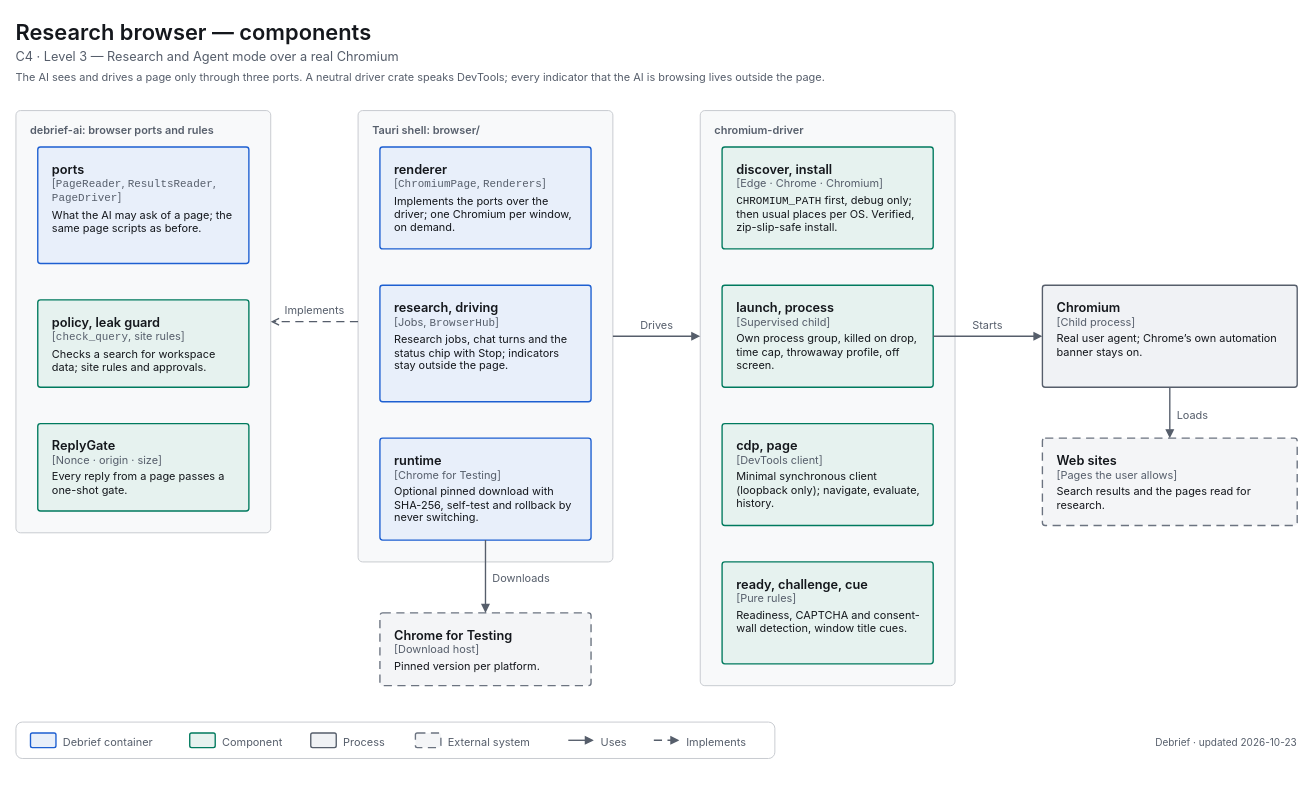
Above: apps/debrief/docs/diagrams/c4-3-research-browser.drawio in decryp7/paddock (draw.io), before the change. Source tidied: cells renumbered, new cells numbered last; positions are measured from the earlier drawing's top-left corner, leaving out a move shared by most shapes. Both pictures are drawn from the tidied source at 91%, with x=0, y=0 at pixel (15, 15).
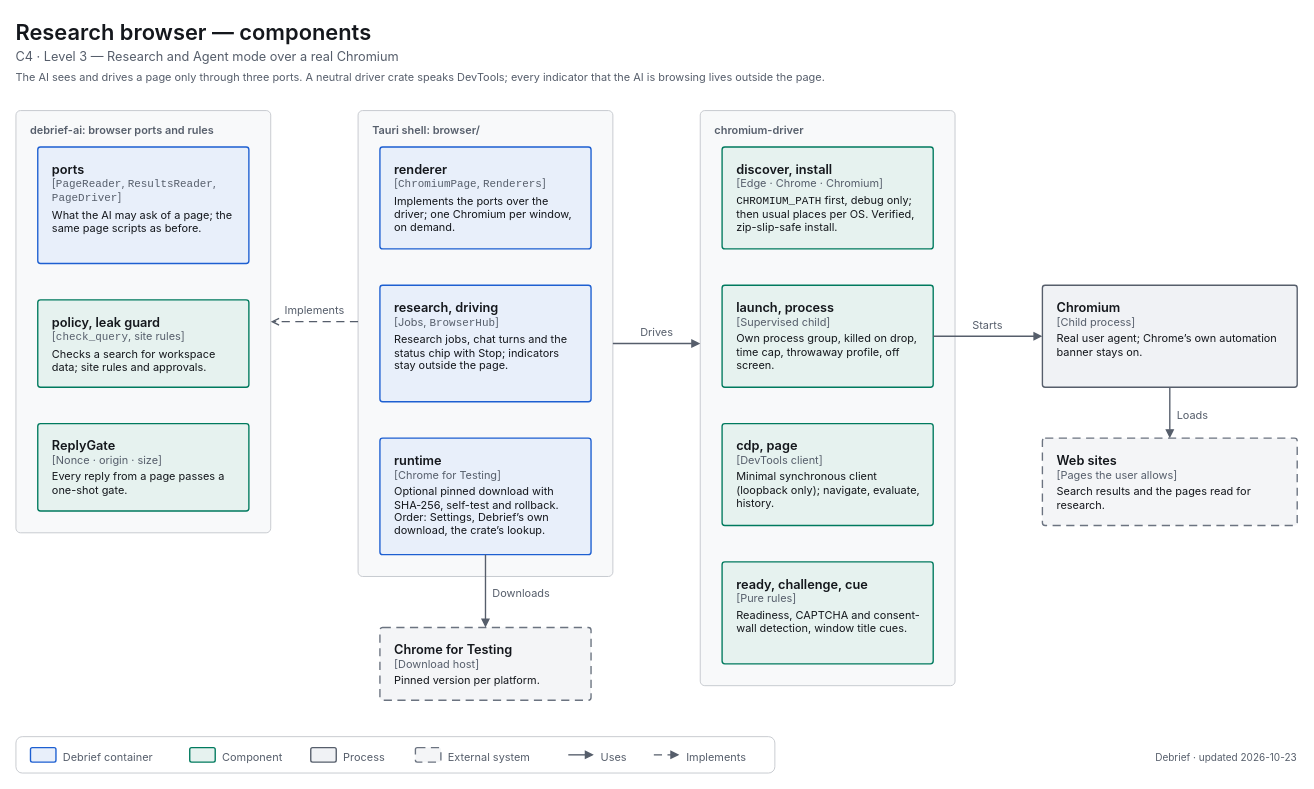
The same diagram, later.

Commit message (it also covers changes not shown here):
docs(debrief): the research browser runtime box names the app's browser order

Settings, then Debrief's own download, then chromium-driver's lookup
(browser/runtime.rs status). The box grows one line; the generator moves
the Tauri shell group, Chrome for Testing, the legend and the footer down
16 px. SHA-256 uses a non-breaking hyphen so draw.io does not split it.

Unchanged cells that the change refers to:
```xml
<mxCell id="5" value="&lt;span style=&quot;font-size:12px;font-weight:600&quot;&gt;debrief-ai: browser ports and rules&lt;/span&gt;" style="html=1;whiteSpace=wrap;fontFamily=-apple-system,BlinkMacSystemFont,Segoe UI,system-ui,sans-serif;fontSize=12;fontColor=light-dark(#14171C,#ECEEF1);rounded=1;absoluteArcSize=1;arcSize=10;strokeWidth=1;strokeColor=light-dark(#C4C7CD,#353A42);fillColor=light-dark(#F8F9FA,#121418);align=left;verticalAlign=top;spacingLeft=14;spacingTop=8;fontColor=light-dark(#565E6B,#A0A7B2);" parent="1" vertex="1">
  <mxGeometry y="104" width="280" height="464" as="geometry" />
</mxCell>
<mxCell id="13" value="&lt;span style=&quot;font-size:12px;font-weight:600&quot;&gt;chromium-driver&lt;/span&gt;" style="html=1;whiteSpace=wrap;fontFamily=-apple-system,BlinkMacSystemFont,Segoe UI,system-ui,sans-serif;fontSize=12;fontColor=light-dark(#14171C,#ECEEF1);rounded=1;absoluteArcSize=1;arcSize=10;strokeWidth=1;strokeColor=light-dark(#C4C7CD,#353A42);fillColor=light-dark(#F8F9FA,#121418);align=left;verticalAlign=top;spacingLeft=14;spacingTop=8;fontColor=light-dark(#565E6B,#A0A7B2);" parent="1" vertex="1">
  <mxGeometry x="752" y="104" width="280" height="632" as="geometry" />
</mxCell>
```

Diff of the diagram source:
```diff
@@
     <mxCell id="9" value="&lt;span style=&quot;font-size:12px;font-weight:600&quot;&gt;Tauri shell: browser/&lt;/span&gt;" style="html=1;whiteSpace=wrap;fontFamily=-apple-system,BlinkMacSystemFont,Segoe UI,system-ui,sans-serif;fontSize=12;fontColor=light-dark(#14171C,#ECEEF1);rounded=1;absoluteArcSize=1;arcSize=10;strokeWidth=1;strokeColor=light-dark(#C4C7CD,#353A42);fillColor=light-dark(#F8F9FA,#121418);align=left;verticalAlign=top;spacingLeft=14;spacingTop=8;fontColor=light-dark(#565E6B,#A0A7B2);" parent="1" vertex="1">
-      <mxGeometry x="376" y="104" width="280" height="496" as="geometry" />
+      <mxGeometry x="376" y="104" width="280" height="512" as="geometry" />
     </mxCell>
@@
-    <mxCell id="12" value="&lt;span style=&quot;font-size:14px;font-weight:600&quot;&gt;runtime&lt;/span&gt;&lt;br&gt;&lt;span style=&quot;font-size:12px;color:light-dark(#565E6B,#A0A7B2)&quot;&gt;[Chrome for Testing]&lt;/span&gt;&lt;br&gt;&lt;div style=&quot;margin-top:4px;font-size:12px&quot;&gt;Optional pinned download with SHA-256, self-test and rollback by never switching.&lt;/div&gt;" style="html=1;whiteSpace=wrap;fontFamily=-apple-system,BlinkMacSystemFont,Segoe UI,system-ui,sans-serif;fontSize=12;fontColor=light-dark(#14171C,#ECEEF1);rounded=1;absoluteArcSize=1;arcSize=6;strokeWidth=1.5;strokeColor=light-dark(#1D5FD1,#5B9BFF);fillColor=light-dark(#E8EFFA,#202C3F);align=left;verticalAlign=top;spacingLeft=14;spacingRight=14;spacingTop=10;spacingBottom=8;" parent="1" vertex="1">
-      <mxGeometry x="400" y="464" width="232" height="112" as="geometry" />
+    <mxCell id="12" value="&lt;span style=&quot;font-size:14px;font-weight:600&quot;&gt;runtime&lt;/span&gt;&lt;br&gt;&lt;span style=&quot;font-size:12px;color:light-dark(#565E6B,#A0A7B2)&quot;&gt;[Chrome for Testing]&lt;/span&gt;&lt;br&gt;&lt;div style=&quot;margin-top:4px;font-size:12px&quot;&gt;Optional pinned download with SHA‑256, self-test and rollback. Order: Settings, Debrief’s own download, the crate’s lookup.&lt;/div&gt;" style="html=1;whiteSpace=wrap;fontFamily=-apple-system,BlinkMacSystemFont,Segoe UI,system-ui,sans-serif;fontSize=12;fontColor=light-dark(#14171C,#ECEEF1);rounded=1;absoluteArcSize=1;arcSize=6;strokeWidth=1.5;strokeColor=light-dark(#1D5FD1,#5B9BFF);fillColor=light-dark(#E8EFFA,#202C3F);align=left;verticalAlign=top;spacingLeft=14;spacingRight=14;spacingTop=10;spacingBottom=8;" parent="1" vertex="1">
+      <mxGeometry x="400" y="464" width="232" height="128" as="geometry" />
     </mxCell>
@@
     <mxCell id="20" value="&lt;span style=&quot;font-size:14px;font-weight:600&quot;&gt;Chrome for Testing&lt;/span&gt;&lt;br&gt;&lt;span style=&quot;font-size:12px;color:light-dark(#565E6B,#A0A7B2)&quot;&gt;[Download host]&lt;/span&gt;&lt;br&gt;&lt;div style=&quot;margin-top:4px;font-size:12px&quot;&gt;Pinned version per platform.&lt;/div&gt;" style="html=1;whiteSpace=wrap;fontFamily=-apple-system,BlinkMacSystemFont,Segoe UI,system-ui,sans-serif;fontSize=12;fontColor=light-dark(#14171C,#ECEEF1);rounded=1;absoluteArcSize=1;arcSize=6;strokeWidth=1.5;strokeColor=light-dark(#6B7380,#7F8794);fillColor=light-dark(#F4F5F7,#17191E);dashed=1;dashPattern=6 4;align=left;verticalAlign=top;spacingLeft=14;spacingRight=14;spacingTop=10;spacingBottom=8;" parent="1" vertex="1">
-      <mxGeometry x="400" y="656" width="232" height="80" as="geometry" />
+      <mxGeometry x="400" y="672" width="232" height="80" as="geometry" />
     </mxCell>
-    <mxCell id="21" style="edgeStyle=orthogonalEdgeStyle;rounded=1;arcSize=8;jettySize=auto;html=1;strokeWidth=1.5;strokeColor=light-dark(#565E6B,#A0A7B2);endArrow=open;endFill=0;endSize=6;startArrow=none;startFill=0;startSize=8;dashed=1;dashPattern=6 4;exitX=0.0000;exitY=0.4677;exitDx=0;exitDy=0;exitPerimeter=0;entryX=1.0000;entryY=0.5000;entryDx=0;entryDy=0;entryPerimeter=0;" parent="1" edge="1" source="9" target="5">
+    <mxCell id="21" style="edgeStyle=orthogonalEdgeStyle;rounded=1;arcSize=8;jettySize=auto;html=1;strokeWidth=1.5;strokeColor=light-dark(#565E6B,#A0A7B2);endArrow=open;endFill=0;endSize=6;startArrow=none;startFill=0;startSize=8;dashed=1;dashPattern=6 4;exitX=0.0000;exitY=0.4531;exitDx=0;exitDy=0;exitPerimeter=0;entryX=1.0000;entryY=0.5000;entryDx=0;entryDy=0;entryPerimeter=0;" parent="1" edge="1" source="9" target="5">
       <mxGeometry relative="1" as="geometry" />
     </mxCell>
@@
-    <mxCell id="23" style="edgeStyle=orthogonalEdgeStyle;rounded=1;arcSize=8;jettySize=auto;html=1;strokeWidth=1.5;strokeColor=light-dark(#565E6B,#A0A7B2);endArrow=block;endFill=1;endSize=6;startArrow=none;startFill=0;startSize=8;exitX=1.0000;exitY=0.5000;exitDx=0;exitDy=0;exitPerimeter=0;entryX=0.0000;entryY=0.3924;entryDx=0;entryDy=0;entryPerimeter=0;" parent="1" edge="1" source="9" target="13">
+    <mxCell id="23" style="edgeStyle=orthogonalEdgeStyle;rounded=1;arcSize=8;jettySize=auto;html=1;strokeWidth=1.5;strokeColor=light-dark(#565E6B,#A0A7B2);endArrow=block;endFill=1;endSize=6;startArrow=none;startFill=0;startSize=8;exitX=1.0000;exitY=0.5000;exitDx=0;exitDy=0;exitPerimeter=0;entryX=0.0000;entryY=0.4051;entryDx=0;entryDy=0;entryPerimeter=0;" parent="1" edge="1" source="9" target="13">
       <mxGeometry relative="1" as="geometry" />
     </mxCell>
     <mxCell id="24" value="&lt;span style=&quot;font-size:12px;font-weight:400&quot;&gt;Drives&lt;/span&gt;" style="html=1;whiteSpace=wrap;fontFamily=-apple-system,BlinkMacSystemFont,Segoe UI,system-ui,sans-serif;fontSize=12;fontColor=light-dark(#14171C,#ECEEF1);text;strokeColor=none;fillColor=none;align=center;verticalAlign=top;spacing=0;fontColor=light-dark(#565E6B,#A0A7B2);" parent="1" vertex="1">
-      <mxGeometry x="680" y="328" width="49" height="18" as="geometry" />
+      <mxGeometry x="680" y="336" width="49" height="18" as="geometry" />
     </mxCell>
@@
     <mxCell id="30" value="&lt;span style=&quot;font-size:12px;font-weight:400&quot;&gt;Downloads&lt;/span&gt;" style="html=1;whiteSpace=wrap;fontFamily=-apple-system,BlinkMacSystemFont,Segoe UI,system-ui,sans-serif;fontSize=12;fontColor=light-dark(#14171C,#ECEEF1);text;strokeColor=none;fillColor=none;align=left;verticalAlign=top;spacing=0;fontColor=light-dark(#565E6B,#A0A7B2);" parent="1" vertex="1">
-      <mxGeometry x="524" y="607" width="74" height="18" as="geometry" />
+      <mxGeometry x="524" y="623" width="74" height="18" as="geometry" />
     </mxCell>
     <mxCell id="31" style="rounded=1;absoluteArcSize=1;arcSize=14;strokeWidth=1;strokeColor=light-dark(#C4C7CD,#353A42);fillColor=none;" parent="1" vertex="1">
-      <mxGeometry y="776" width="834" height="40" as="geometry" />
+      <mxGeometry y="792" width="834" height="40" as="geometry" />
     </mxCell>
     <mxCell id="32" style="rounded=1;absoluteArcSize=1;arcSize=4;strokeWidth=1.5;strokeColor=light-dark(#1D5FD1,#5B9BFF);fillColor=light-dark(#E8EFFA,#202C3F);" parent="1" vertex="1">
-      <mxGeometry x="16" y="788" width="28" height="16" as="geometry" />
+      <mxGeometry x="16" y="804" width="28" height="16" as="geometry" />
     </mxCell>
     <mxCell id="33" value="&lt;span style=&quot;font-size:12px;font-weight:400&quot;&gt;Debrief container&lt;/span&gt;" style="html=1;whiteSpace=wrap;fontFamily=-apple-system,BlinkMacSystemFont,Segoe UI,system-ui,sans-serif;fontSize=12;fontColor=light-dark(#14171C,#ECEEF1);text;strokeColor=none;fillColor=none;align=left;verticalAlign=top;spacing=0;fontColor=light-dark(#565E6B,#A0A7B2);" parent="1" vertex="1">
-      <mxGeometry x="52" y="787" width="115" height="18" as="geometry" />
+      <mxGeometry x="52" y="803" width="115" height="18" as="geometry" />
     </mxCell>
     <mxCell id="34" style="rounded=1;absoluteArcSize=1;arcSize=4;strokeWidth=1.5;strokeColor=light-dark(#007A5E,#2EC4A0);fillColor=light-dark(#E6F2EF,#193330);" parent="1" vertex="1">
-      <mxGeometry x="191" y="788" width="28" height="16" as="geometry" />
+      <mxGeometry x="191" y="804" width="28" height="16" as="geometry" />
     </mxCell>
     <mxCell id="35" value="&lt;span style=&quot;font-size:12px;font-weight:400&quot;&gt;Component&lt;/span&gt;" style="html=1;whiteSpace=wrap;fontFamily=-apple-system,BlinkMacSystemFont,Segoe UI,system-ui,sans-serif;fontSize=12;fontColor=light-dark(#14171C,#ECEEF1);text;strokeColor=none;fillColor=none;align=left;verticalAlign=top;spacing=0;fontColor=light-dark(#565E6B,#A0A7B2);" parent="1" vertex="1">
-      <mxGeometry x="227" y="787" width="73" height="18" as="geometry" />
+      <mxGeometry x="227" y="803" width="73" height="18" as="geometry" />
     </mxCell>
     <mxCell id="36" style="rounded=1;absoluteArcSize=1;arcSize=4;strokeWidth=1.5;strokeColor=light-dark(#565E6B,#A0A7B2);fillColor=light-dark(#F0F2F5,#1B1E23);" parent="1" vertex="1">
-      <mxGeometry x="324" y="788" width="28" height="16" as="geometry" />
+      <mxGeometry x="324" y="804" width="28" height="16" as="geometry" />
     </mxCell>
     <mxCell id="37" value="&lt;span style=&quot;font-size:12px;font-weight:400&quot;&gt;Process&lt;/span&gt;" style="html=1;whiteSpace=wrap;fontFamily=-apple-system,BlinkMacSystemFont,Segoe UI,system-ui,sans-serif;fontSize=12;fontColor=light-dark(#14171C,#ECEEF1);text;strokeColor=none;fillColor=none;align=left;verticalAlign=top;spacing=0;fontColor=light-dark(#565E6B,#A0A7B2);" parent="1" vertex="1">
-      <mxGeometry x="360" y="787" width="55" height="18" as="geometry" />
+      <mxGeometry x="360" y="803" width="55" height="18" as="geometry" />
     </mxCell>
     <mxCell id="38" style="rounded=1;absoluteArcSize=1;arcSize=4;strokeWidth=1.5;strokeColor=light-dark(#6B7380,#7F8794);fillColor=light-dark(#F4F5F7,#17191E);dashed=1;dashPattern=6 4;" parent="1" vertex="1">
-      <mxGeometry x="439" y="788" width="28" height="16" as="geometry" />
+      <mxGeometry x="439" y="804" width="28" height="16" as="geometry" />
     </mxCell>
     <mxCell id="39" value="&lt;span style=&quot;font-size:12px;font-weight:400&quot;&gt;External system&lt;/span&gt;" style="html=1;whiteSpace=wrap;fontFamily=-apple-system,BlinkMacSystemFont,Segoe UI,system-ui,sans-serif;fontSize=12;fontColor=light-dark(#14171C,#ECEEF1);text;strokeColor=none;fillColor=none;align=left;verticalAlign=top;spacing=0;fontColor=light-dark(#565E6B,#A0A7B2);" parent="1" vertex="1">
-      <mxGeometry x="475" y="787" width="108" height="18" as="geometry" />
+      <mxGeometry x="475" y="803" width="108" height="18" as="geometry" />
     </mxCell>
     <mxCell id="40" style="edgeStyle=none;rounded=1;html=1;strokeWidth=1.5;strokeColor=light-dark(#565E6B,#A0A7B2);endArrow=block;endFill=1;endSize=6;" parent="1" edge="1">
       <mxGeometry relative="1" as="geometry">
-        <mxPoint x="607" y="796" as="sourcePoint" />
-        <mxPoint x="635" y="796" as="targetPoint" />
+        <mxPoint x="607" y="812" as="sourcePoint" />
+        <mxPoint x="635" y="812" as="targetPoint" />
       </mxGeometry>
     </mxCell>
     <mxCell id="41" value="&lt;span style=&quot;font-size:12px;font-weight:400&quot;&gt;Uses&lt;/span&gt;" style="html=1;whiteSpace=wrap;fontFamily=-apple-system,BlinkMacSystemFont,Segoe UI,system-ui,sans-serif;fontSize=12;fontColor=light-dark(#14171C,#ECEEF1);text;strokeColor=none;fillColor=none;align=left;verticalAlign=top;spacing=0;fontColor=light-dark(#565E6B,#A0A7B2);" parent="1" vertex="1">
-      <mxGeometry x="643" y="787" width="34" height="18" as="geometry" />
+      <mxGeometry x="643" y="803" width="34" height="18" as="geometry" />
     </mxCell>
     <mxCell id="42" style="edgeStyle=none;rounded=1;html=1;strokeWidth=1.5;strokeColor=light-dark(#565E6B,#A0A7B2);endArrow=block;endFill=1;endSize=6;dashed=1;dashPattern=6 4;" parent="1" edge="1">
       <mxGeometry relative="1" as="geometry">
-        <mxPoint x="701" y="796" as="sourcePoint" />
-        <mxPoint x="729" y="796" as="targetPoint" />
+        <mxPoint x="701" y="812" as="sourcePoint" />
+        <mxPoint x="729" y="812" as="targetPoint" />
       </mxGeometry>
     </mxCell>
     <mxCell id="43" value="&lt;span style=&quot;font-size:12px;font-weight:400&quot;&gt;Implements&lt;/span&gt;" style="html=1;whiteSpace=wrap;fontFamily=-apple-system,BlinkMacSystemFont,Segoe UI,system-ui,sans-serif;fontSize=12;fontColor=light-dark(#14171C,#ECEEF1);text;strokeColor=none;fillColor=none;align=left;verticalAlign=top;spacing=0;fontColor=light-dark(#565E6B,#A0A7B2);" parent="1" vertex="1">
-      <mxGeometry x="737" y="787" width="81" height="18" as="geometry" />
+      <mxGeometry x="737" y="803" width="81" height="18" as="geometry" />
     </mxCell>
     <mxCell id="44" value="&lt;span style=&quot;font-size:11px;font-weight:400&quot;&gt;Debrief · updated 2026-10-23&lt;/span&gt;" style="html=1;whiteSpace=wrap;fontFamily=-apple-system,BlinkMacSystemFont,Segoe UI,system-ui,sans-serif;fontSize=12;fontColor=light-dark(#14171C,#ECEEF1);text;strokeColor=none;fillColor=none;align=right;verticalAlign=top;spacing=0;fontColor=light-dark(#565E6B,#A0A7B2);" parent="1" vertex="1">
-      <mxGeometry x="1048" y="787" width="360" height="18" as="geometry" />
+      <mxGeometry x="1048" y="803" width="360" height="18" as="geometry" />
     </mxCell>
```
